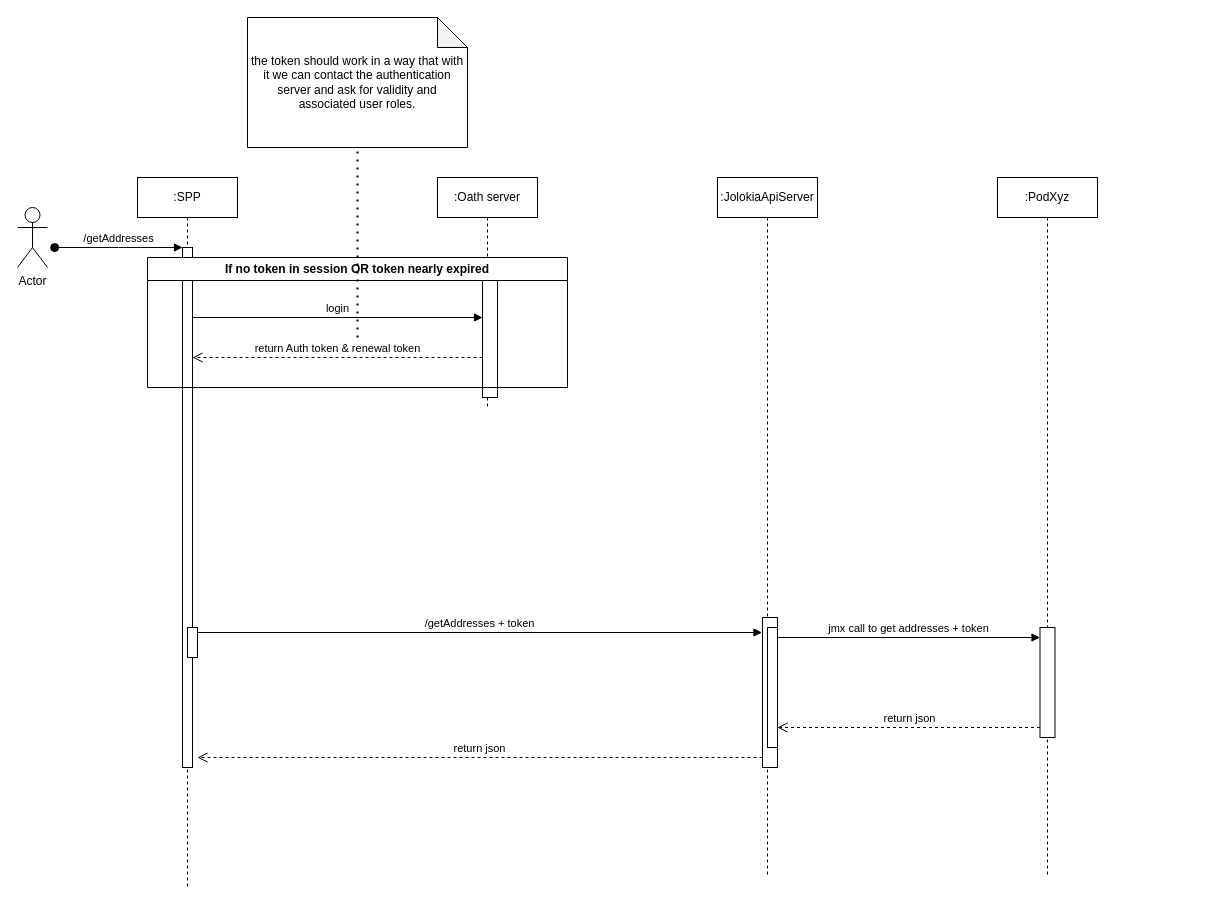
Before: jwt_sequence_diagram.drawio in lavocatt/draw.io.diagrams, a draw.io diagram. Source tidied: cells renumbered, new cells numbered last; positions are measured from the earlier drawing's top-left corner, leaving out a move shared by most shapes. Both pictures are drawn from the tidied source at 100%, with x=0, y=0 at pixel (17, 17).
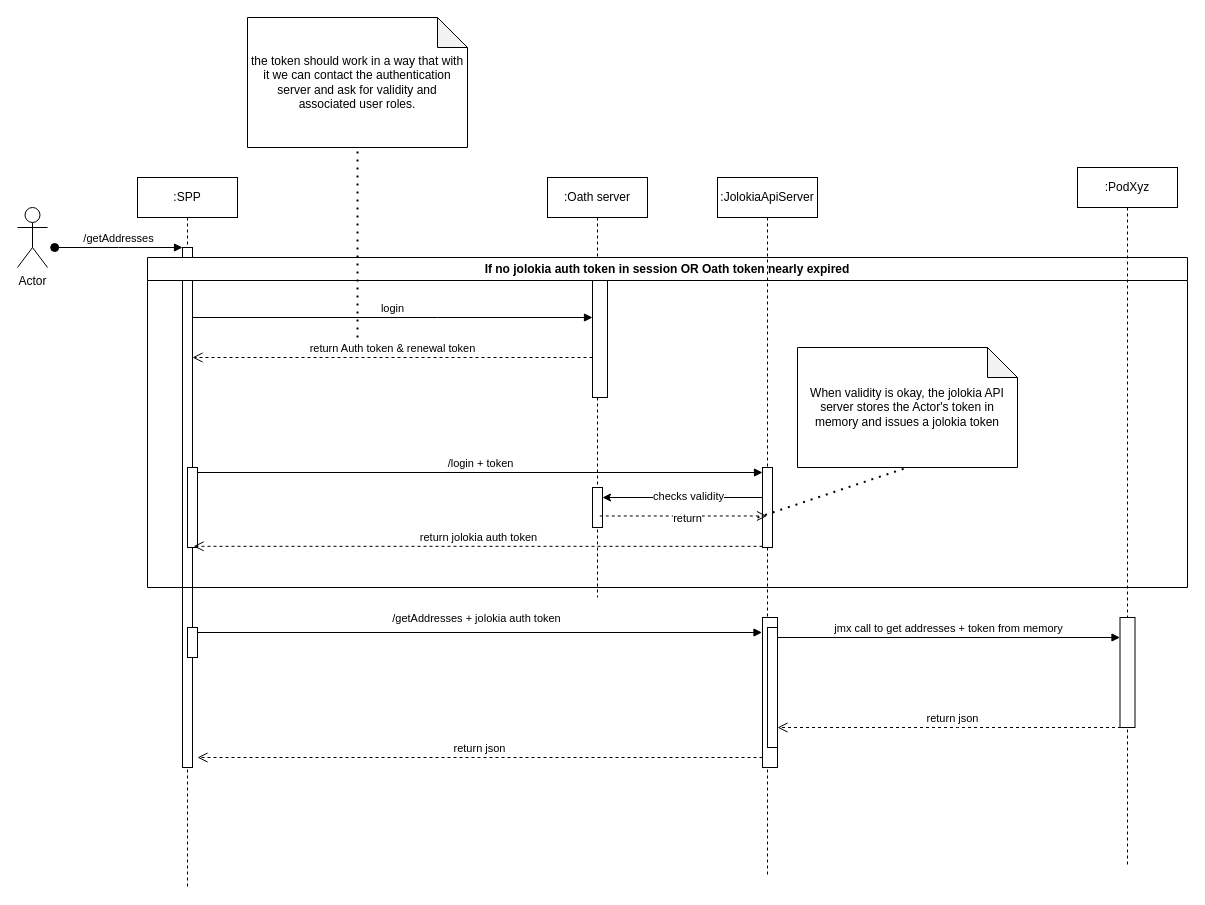
The same diagram, later.

Unchanged cells that the change refers to:
```xml
<mxCell id="2" value=":SPP" style="shape=umlLifeline;perimeter=lifelinePerimeter;whiteSpace=wrap;html=1;newEdgeStyle={&quot;edgeStyle&quot;:&quot;elbowEdgeStyle&quot;,&quot;elbow&quot;:&quot;vertical&quot;,&quot;curved&quot;:0,&quot;rounded&quot;:0};" parent="1" vertex="1">
  <mxGeometry x="120" y="160" width="100" height="710" as="geometry" />
</mxCell>
<mxCell id="5" style="html=1;points=[[0,0,0,0,5],[0,1,0,0,-5],[1,0,0,0,5],[1,1,0,0,-5]];perimeter=orthogonalPerimeter;outlineConnect=0;targetShapes=umlLifeline;portConstraint=eastwest;newEdgeStyle={&quot;curved&quot;:0,&quot;rounded&quot;:0};" parent="2" vertex="1">
  <mxGeometry x="50" y="450" width="10" height="30" as="geometry" />
</mxCell>
<mxCell id="11" value=":JolokiaApiServer" style="shape=umlLifeline;perimeter=lifelinePerimeter;whiteSpace=wrap;html=1;outlineConnect=0;portConstraint=eastwest;newEdgeStyle={&quot;edgeStyle&quot;:&quot;elbowEdgeStyle&quot;,&quot;elbow&quot;:&quot;vertical&quot;,&quot;curved&quot;:0,&quot;rounded&quot;:0};" parent="1" vertex="1">
  <mxGeometry x="700" y="160" width="100" height="700" as="geometry" />
</mxCell>
<mxCell id="15" style="html=1;points=[];perimeter=orthogonalPerimeter;outlineConnect=0;targetShapes=umlLifeline;portConstraint=eastwest;newEdgeStyle={&quot;edgeStyle&quot;:&quot;elbowEdgeStyle&quot;,&quot;elbow&quot;:&quot;vertical&quot;,&quot;curved&quot;:0,&quot;rounded&quot;:0};" parent="14" vertex="1">
  <mxGeometry x="42.5" y="450" width="15" height="110" as="geometry" />
</mxCell>
```

The edit, as a diff of the source:
```diff
@@
+    <mxCell id="23" style="html=1;points=[[0,0,0,0,5],[0,1,0,0,-5],[1,0,0,0,5],[1,1,0,0,-5]];perimeter=orthogonalPerimeter;outlineConnect=0;targetShapes=umlLifeline;portConstraint=eastwest;newEdgeStyle={&quot;curved&quot;:0,&quot;rounded&quot;:0};" parent="2" vertex="1">
+      <mxGeometry x="50" y="290" width="10" height="80" as="geometry" />
+    </mxCell>
+    <mxCell id="24" value="/login + token" style="html=1;verticalAlign=bottom;endArrow=block;curved=0;rounded=0;entryX=0;entryY=0;entryDx=0;entryDy=5;entryPerimeter=0;" parent="2" edge="1" target="26">
+      <mxGeometry relative="1" as="geometry">
+        <mxPoint x="60" y="295" as="sourcePoint" />
+      </mxGeometry>
+    </mxCell>
     <mxCell id="6" value=":Oath server" style="shape=umlLifeline;perimeter=lifelinePerimeter;whiteSpace=wrap;html=1;newEdgeStyle={&quot;edgeStyle&quot;:&quot;elbowEdgeStyle&quot;,&quot;elbow&quot;:&quot;vertical&quot;,&quot;curved&quot;:0,&quot;rounded&quot;:0};" parent="1" vertex="1">
-      <mxGeometry x="420" y="160" width="100" height="230" as="geometry" />
+      <mxGeometry x="530" y="160" width="100" height="420" as="geometry" />
     </mxCell>
@@
+    <mxCell id="25" style="html=1;points=[[0,0,0,0,5],[0,1,0,0,-5],[1,0,0,0,5],[1,1,0,0,-5]];perimeter=orthogonalPerimeter;outlineConnect=0;targetShapes=umlLifeline;portConstraint=eastwest;newEdgeStyle={&quot;curved&quot;:0,&quot;rounded&quot;:0};" parent="6" vertex="1">
+      <mxGeometry x="45" y="310" width="10" height="40" as="geometry" />
+    </mxCell>
@@
-    <mxCell id="10" value="If no token in session OR token nearly expired" style="swimlane;whiteSpace=wrap;html=1;" parent="1" vertex="1">
-      <mxGeometry x="130" y="240" width="420" height="130" as="geometry" />
+    <mxCell id="10" value="If no jolokia auth token in session OR Oath token nearly expired" style="swimlane;whiteSpace=wrap;html=1;" parent="1" vertex="1">
+      <mxGeometry x="130" y="240" width="1040" height="330" as="geometry" />
     </mxCell>
@@
+    <mxCell id="26" style="html=1;points=[[0,0,0,0,5],[0,1,0,0,-5],[1,0,0,0,5],[1,1,0,0,-5]];perimeter=orthogonalPerimeter;outlineConnect=0;targetShapes=umlLifeline;portConstraint=eastwest;newEdgeStyle={&quot;curved&quot;:0,&quot;rounded&quot;:0};" parent="11" vertex="1">
+      <mxGeometry x="45" y="290" width="10" height="80" as="geometry" />
+    </mxCell>
     <mxCell id="14" value=":PodXyz" style="shape=umlLifeline;perimeter=lifelinePerimeter;whiteSpace=wrap;html=1;outlineConnect=0;portConstraint=eastwest;newEdgeStyle={&quot;edgeStyle&quot;:&quot;elbowEdgeStyle&quot;,&quot;elbow&quot;:&quot;vertical&quot;,&quot;curved&quot;:0,&quot;rounded&quot;:0};" parent="1" vertex="1">
-      <mxGeometry x="980" y="160" width="100" height="700" as="geometry" />
+      <mxGeometry x="1060" y="150" width="100" height="700" as="geometry" />
     </mxCell>
@@
-    <mxCell id="16" value="/getAddresses + token" style="html=1;verticalAlign=bottom;endArrow=block;curved=0;rounded=0;exitX=1;exitY=0;exitDx=0;exitDy=5;exitPerimeter=0;" parent="1" edge="1" source="5">
-      <mxGeometry relative="1" as="geometry">
+    <mxCell id="16" value="/getAddresses + jolokia auth token" style="html=1;verticalAlign=bottom;endArrow=block;curved=0;rounded=0;exitX=1;exitY=0;exitDx=0;exitDy=5;exitPerimeter=0;" parent="1" edge="1" source="5">
+      <mxGeometry x="-0.01" y="5" relative="1" as="geometry">
         <mxPoint x="744.5" y="615" as="targetPoint" />
       </mxGeometry>
     </mxCell>
@@
-    <mxCell id="18" value="return json" style="html=1;verticalAlign=bottom;endArrow=open;dashed=1;endSize=8;curved=0;rounded=0;" parent="1" edge="1">
+    <mxCell id="18" value="return json" style="html=1;verticalAlign=bottom;endArrow=open;dashed=1;endSize=8;curved=0;rounded=0;" parent="1" edge="1" source="14">
       <mxGeometry relative="1" as="geometry">
-        <mxPoint x="1022.5" y="710" as="sourcePoint" />
         <mxPoint x="760" y="710" as="targetPoint" />
         <Array as="points">
           <mxPoint x="940" y="710" />
         </Array>
       </mxGeometry>
     </mxCell>
-    <mxCell id="19" value="jmx call to get addresses + token" style="html=1;verticalAlign=bottom;endArrow=block;curved=0;rounded=0;" parent="1" edge="1" target="15">
+    <mxCell id="19" value="jmx call to get addresses + token from memory" style="html=1;verticalAlign=bottom;endArrow=block;curved=0;rounded=0;" parent="1" edge="1" target="15">
       <mxGeometry relative="1" as="geometry">
         <mxPoint x="760" y="620" as="sourcePoint" />
       </mxGeometry>
     </mxCell>
@@
+    <mxCell id="27" value="return jolokia auth token" style="html=1;verticalAlign=bottom;endArrow=open;dashed=1;endSize=8;curved=0;rounded=0;entryX=0.607;entryY=0.985;entryDx=0;entryDy=0;entryPerimeter=0;" parent="1" edge="1" source="26" target="23">
+      <mxGeometry relative="1" as="geometry" />
+    </mxCell>
+    <mxCell id="28" style="edgeStyle=orthogonalEdgeStyle;rounded=0;jettySize=auto;html=1;curved=0;" parent="1" edge="1" source="26" target="25">
+      <mxGeometry relative="1" as="geometry">
+        <Array as="points">
+          <mxPoint x="670" y="480" />
+          <mxPoint x="670" y="480" />
+        </Array>
+      </mxGeometry>
+    </mxCell>
+    <mxCell id="29" value="checks validity" style="edgeLabel;html=1;align=center;verticalAlign=middle;" parent="28" vertex="1">
+      <mxGeometry x="-0.19" y="-2" relative="1" as="geometry">
+        <mxPoint x="-10" as="offset" />
+      </mxGeometry>
+    </mxCell>
+    <mxCell id="30" value="return" style="html=1;verticalAlign=bottom;endArrow=open;dashed=1;endSize=8;curved=0;rounded=0;exitX=0.728;exitY=0.712;exitDx=0;exitDy=0;exitPerimeter=0;" parent="1" edge="1" source="25" target="11">
+      <mxGeometry x="0.05" y="-12" relative="1" as="geometry" />
+    </mxCell>
+    <mxCell id="31" value="When validity is okay, the jolokia API server stores the Actor's token in memory and issues a jolokia token" style="shape=note;whiteSpace=wrap;html=1;backgroundOutline=1;darkOpacity=0.05;" parent="1" vertex="1">
+      <mxGeometry x="780" y="330" width="220" height="120" as="geometry" />
+    </mxCell>
+    <mxCell id="32" style="endArrow=none;dashed=1;html=1;dashPattern=1 3;strokeWidth=2;rounded=0;entryX=0.5;entryY=1;entryDx=0;entryDy=0;entryPerimeter=0;" parent="1" edge="1" target="31">
+      <mxGeometry relative="1" as="geometry">
+        <mxPoint x="740" y="500" as="sourcePoint" />
+      </mxGeometry>
+    </mxCell>
```
